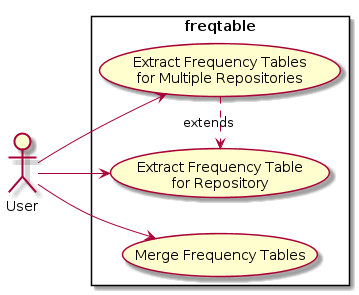
Earlier version of the PlantUML export doc/freqtable_use_cases_diagram/image.png (eroatta/freqtable).
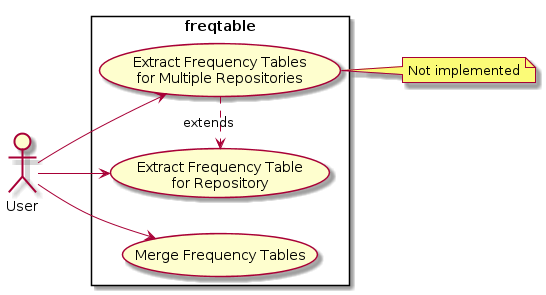
Later version of the same file.

Commit message:
multiple frequency tables use case marked as not implemented

Change to the diagram source:
```diff
@@ -13,5 +13,6 @@
 User --> ExtractMulti
 ExtractMulti .> Extract : extends
 User --> Merge
+note right of ExtractMulti : Not implemented
 
 @enduml
```
